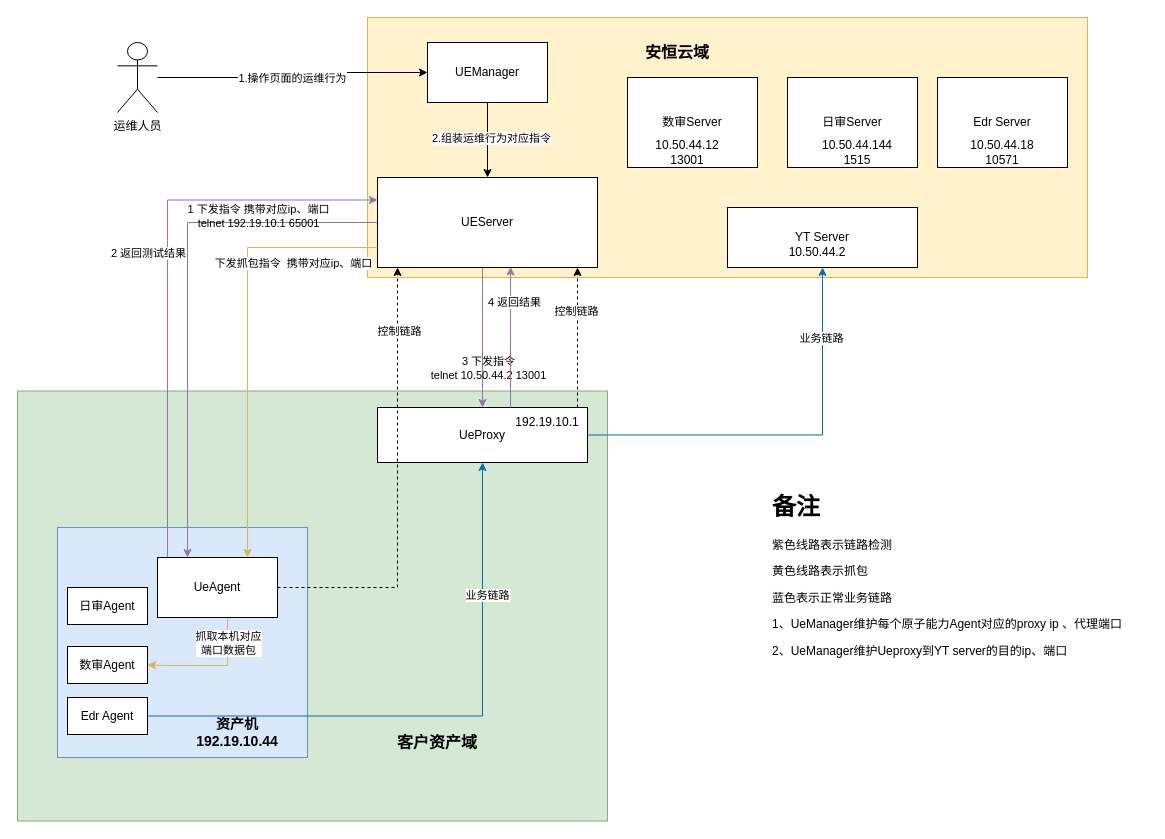
Above: 自动化运维链路图 (1).drawio in SwagLYY/myPersonalRepo (draw.io), before the change. Source tidied: cells renumbered, new cells numbered last; positions are measured from the earlier drawing's top-left corner, leaving out a move shared by most shapes. Both pictures are drawn from the tidied source at 100%, with x=0, y=0 at pixel (17, 17).
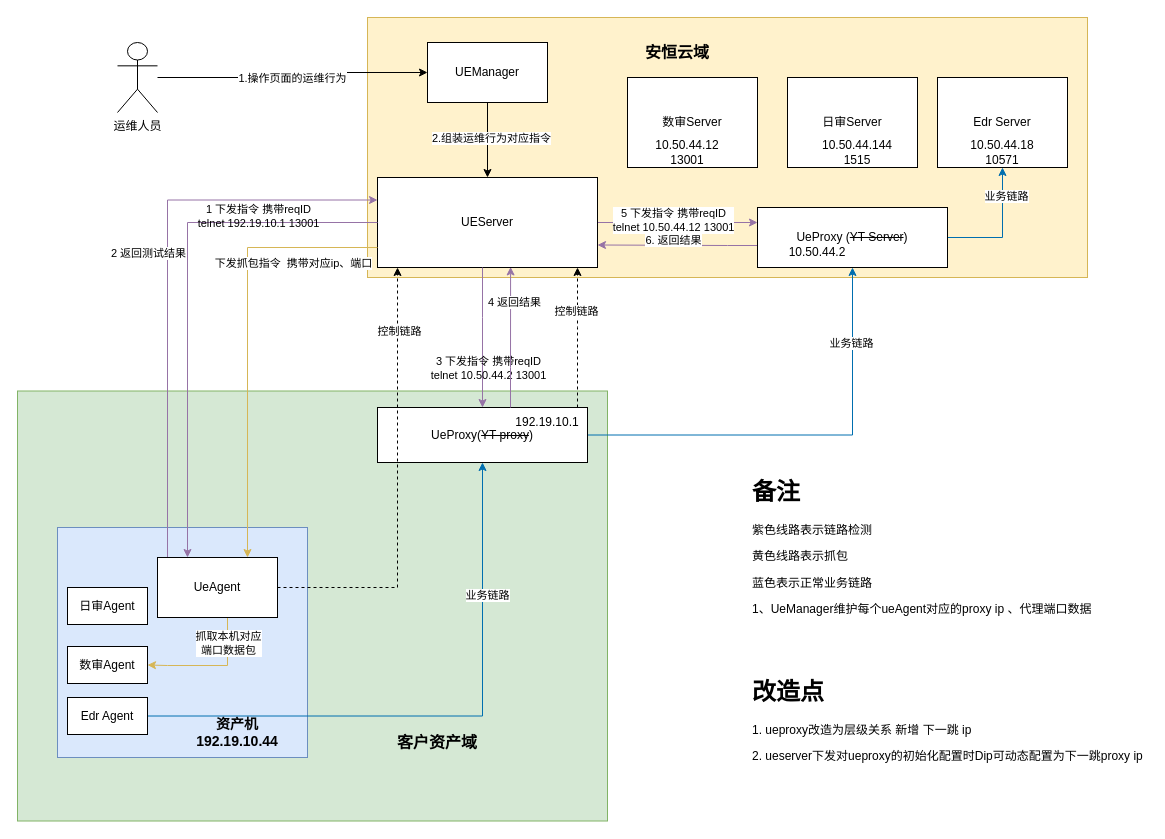
The same page after the edit.

Commit message:
更新自动化运维链路图 (1).drawio

The change refers to these unchanged cells:
```xml
<mxCell id="5" value="UEServer" style="rounded=0;whiteSpace=wrap;html=1;" parent="1" vertex="1">
  <mxGeometry x="360" y="160" width="220" height="90" as="geometry" />
</mxCell>
<mxCell id="35" style="edgeStyle=orthogonalEdgeStyle;rounded=0;jettySize=auto;html=1;fillColor=#e1d5e7;strokeColor=#9673a6;exitX=0;exitY=0.5;exitDx=0;exitDy=0;" parent="1" edge="1" source="5">
  <mxGeometry relative="1" as="geometry">
    <mxPoint x="170" y="540" as="targetPoint" />
    <Array as="points">
      <mxPoint x="170" y="205" />
    </Array>
  </mxGeometry>
</mxCell>
<mxCell id="48" value="10.50.44.18 10571" style="text;html=1;strokeColor=none;fillColor=none;align=center;verticalAlign=middle;whiteSpace=wrap;rounded=0;" parent="1" vertex="1">
  <mxGeometry x="955" y="120" width="60" height="30" as="geometry" />
</mxCell>
```

Diff of the diagram source:
```diff
@@
+    <mxCell id="52" style="edgeStyle=orthogonalEdgeStyle;rounded=0;jettySize=auto;html=1;fillColor=#e1d5e7;strokeColor=#9673a6;entryX=0;entryY=0.25;entryDx=0;entryDy=0;" parent="1" edge="1" source="5" target="50">
+      <mxGeometry relative="1" as="geometry" />
+    </mxCell>
+    <mxCell id="53" value="5 下发指令 携带reqID&lt;br&gt;telnet 10.50.44.12 13001" style="edgeLabel;html=1;align=center;verticalAlign=middle;" parent="52" vertex="1">
+      <mxGeometry x="-0.06" y="3" relative="1" as="geometry" />
+    </mxCell>
@@
-    <mxCell id="18" value="UeProxy" style="rounded=0;whiteSpace=wrap;html=1;" parent="1" vertex="1">
+    <mxCell id="18" value="UeProxy(&lt;strike&gt;YT proxy&lt;/strike&gt;)" style="rounded=0;whiteSpace=wrap;html=1;" parent="1" vertex="1">
       <mxGeometry x="360" y="390" width="210" height="55" as="geometry" />
     </mxCell>
@@
-    <mxCell id="36" value="1 下发指令 携带对应ip、端口&lt;br&gt;telnet 192.19.10.1 65001" style="edgeLabel;html=1;align=center;verticalAlign=middle;labelBackgroundColor=none;" parent="35" vertex="1">
+    <mxCell id="36" value="1 下发指令 携带reqID&lt;br&gt;telnet 192.19.10.1 13001" style="edgeLabel;html=1;align=center;verticalAlign=middle;labelBackgroundColor=none;" parent="35" vertex="1">
       <mxGeometry x="-0.18" y="-3" relative="1" as="geometry">
         <mxPoint x="73" y="-32" as="offset" />
       </mxGeometry>
     </mxCell>
@@
-    <mxCell id="40" value="3 下发指令&lt;br&gt;telnet 10.50.44.2 13001" style="edgeLabel;html=1;align=center;verticalAlign=middle;labelBackgroundColor=none;" parent="1" vertex="1">
+    <mxCell id="40" value="3 下发指令 携带reqID&lt;br&gt;telnet 10.50.44.2 13001" style="edgeLabel;html=1;align=center;verticalAlign=middle;labelBackgroundColor=none;" parent="1" vertex="1">
       <mxGeometry x="470" y="350" as="geometry" />
     </mxCell>
@@
-    <mxCell id="45" value="&lt;h1&gt;备注&lt;/h1&gt;&lt;p&gt;紫色线路表示链路检测&lt;/p&gt;&lt;p&gt;黄色线路表示抓包&lt;/p&gt;&lt;p&gt;蓝色表示正常业务链路&lt;/p&gt;&lt;p&gt;&lt;span style=&quot;background-color: initial;&quot;&gt;1、UeManager维护每个原子能力Agent对应的proxy ip 、代理端口&lt;/span&gt;&lt;/p&gt;&lt;p&gt;2、UeManager维护Ueproxy到YT server的目的ip、端口&lt;/p&gt;" style="text;html=1;strokeColor=none;fillColor=none;spacing=5;spacingTop=-20;whiteSpace=wrap;overflow=hidden;rounded=0;" parent="1" vertex="1">
-      <mxGeometry x="750" y="470" width="370" height="200" as="geometry" />
+    <mxCell id="45" value="&lt;h1&gt;备注&lt;/h1&gt;&lt;p&gt;紫色线路表示链路检测&lt;/p&gt;&lt;p&gt;黄色线路表示抓包&lt;/p&gt;&lt;p&gt;蓝色表示正常业务链路&lt;/p&gt;&lt;p&gt;&lt;span style=&quot;background-color: initial;&quot;&gt;1、UeManager维护每个ueAgent对应的proxy ip 、代理端口数据&lt;/span&gt;&lt;/p&gt;" style="text;html=1;strokeColor=none;fillColor=none;spacing=5;spacingTop=-20;whiteSpace=wrap;overflow=hidden;rounded=0;" parent="1" vertex="1">
+      <mxGeometry x="730" y="455" width="370" height="200" as="geometry" />
     </mxCell>
@@
+    <mxCell id="54" style="edgeStyle=orthogonalEdgeStyle;rounded=0;jettySize=auto;html=1;entryX=0.5;entryY=1;entryDx=0;entryDy=0;fillColor=#1ba1e2;strokeColor=#006EAF;" parent="1" edge="1" source="50" target="48">
+      <mxGeometry relative="1" as="geometry" />
+    </mxCell>
+    <mxCell id="55" value="业务链路" style="edgeLabel;html=1;align=center;verticalAlign=middle;" parent="54" vertex="1">
+      <mxGeometry x="0.55" y="-2" relative="1" as="geometry">
+        <mxPoint x="1" as="offset" />
+      </mxGeometry>
+    </mxCell>
+    <mxCell id="56" style="edgeStyle=orthogonalEdgeStyle;rounded=0;jettySize=auto;html=1;entryX=1;entryY=0.75;entryDx=0;entryDy=0;fillColor=#e1d5e7;strokeColor=#9673a6;" parent="1" edge="1" source="50" target="5">
+      <mxGeometry relative="1" as="geometry">
+        <Array as="points">
+          <mxPoint x="710" y="228" />
+          <mxPoint x="710" y="228" />
+        </Array>
+      </mxGeometry>
+    </mxCell>
+    <mxCell id="57" value="6. 返回结果" style="edgeLabel;html=1;align=center;verticalAlign=middle;" parent="56" vertex="1">
+      <mxGeometry x="0.06" y="-5" relative="1" as="geometry" />
+    </mxCell>
-    <mxCell id="50" value="YT Server" style="rounded=0;whiteSpace=wrap;html=1;" parent="1" vertex="1">
-      <mxGeometry x="710" y="190" width="190" height="60" as="geometry" />
+    <mxCell id="50" value="UeProxy (&lt;strike&gt;YT Server&lt;/strike&gt;)" style="rounded=0;whiteSpace=wrap;html=1;" parent="1" vertex="1">
+      <mxGeometry x="740" y="190" width="190" height="60" as="geometry" />
     </mxCell>
@@
+    <mxCell id="58" value="&lt;h1&gt;改造点&lt;/h1&gt;&lt;p&gt;1. ueproxy改造为层级关系 新增 下一跳 ip&lt;/p&gt;&lt;p&gt;2. ueserver下发对ueproxy的初始化配置时Dip可动态配置为下一跳proxy ip&lt;/p&gt;" style="text;html=1;strokeColor=none;fillColor=none;spacing=5;spacingTop=-20;whiteSpace=wrap;overflow=hidden;rounded=0;" parent="1" vertex="1">
+      <mxGeometry x="730" y="655" width="400" height="120" as="geometry" />
+    </mxCell>
```
